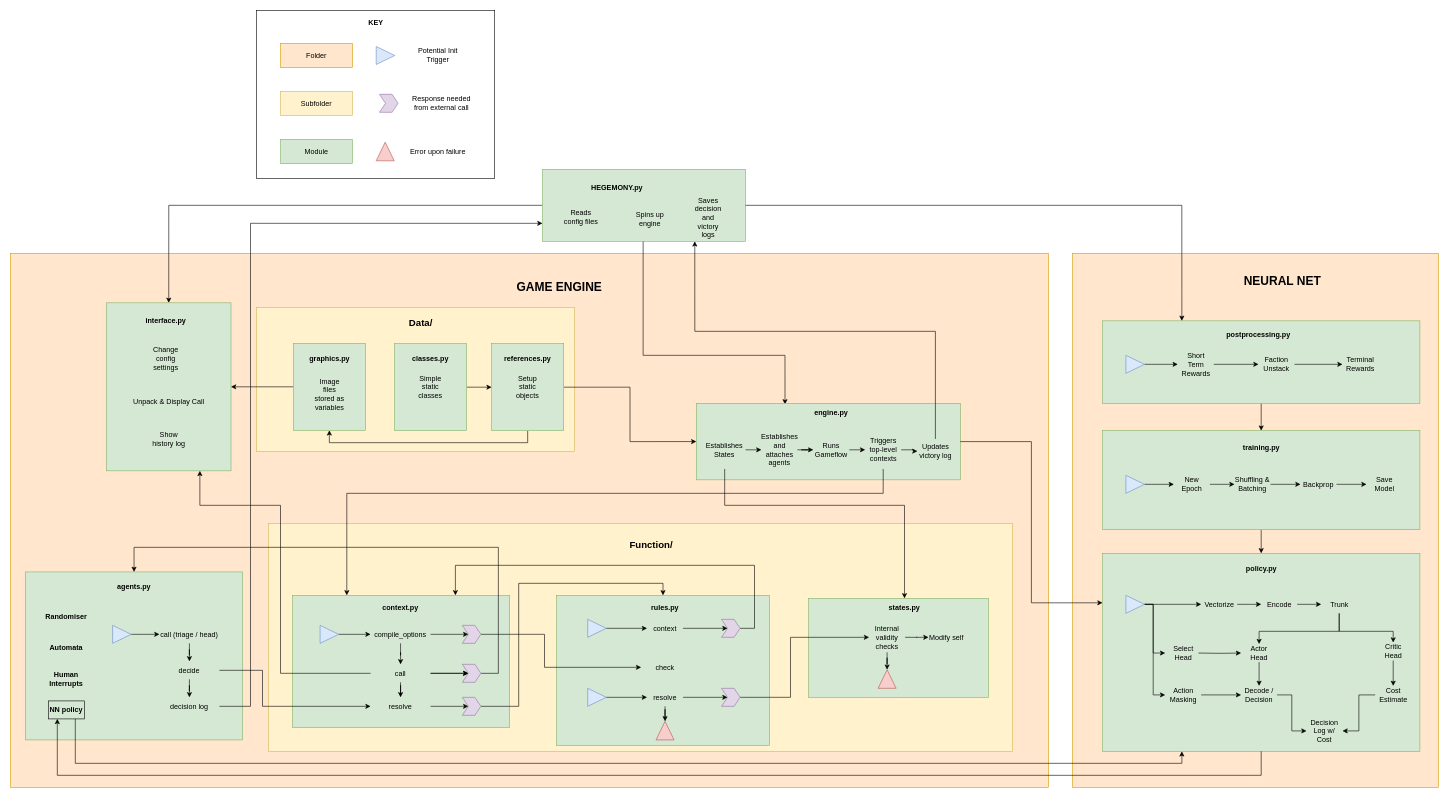
The draw.io diagram page "File Structure" (1 of 3) of images/Hegemony Architecture.drawio in Ash-ash-in/Hegemony, before the edit. Source tidied: cells renumbered, new cells numbered last; positions are measured from the earlier drawing's top-left corner, leaving out a move shared by most shapes. Both pictures are drawn from the tidied source at 60%, with x=0, y=0 at pixel (10, 10).
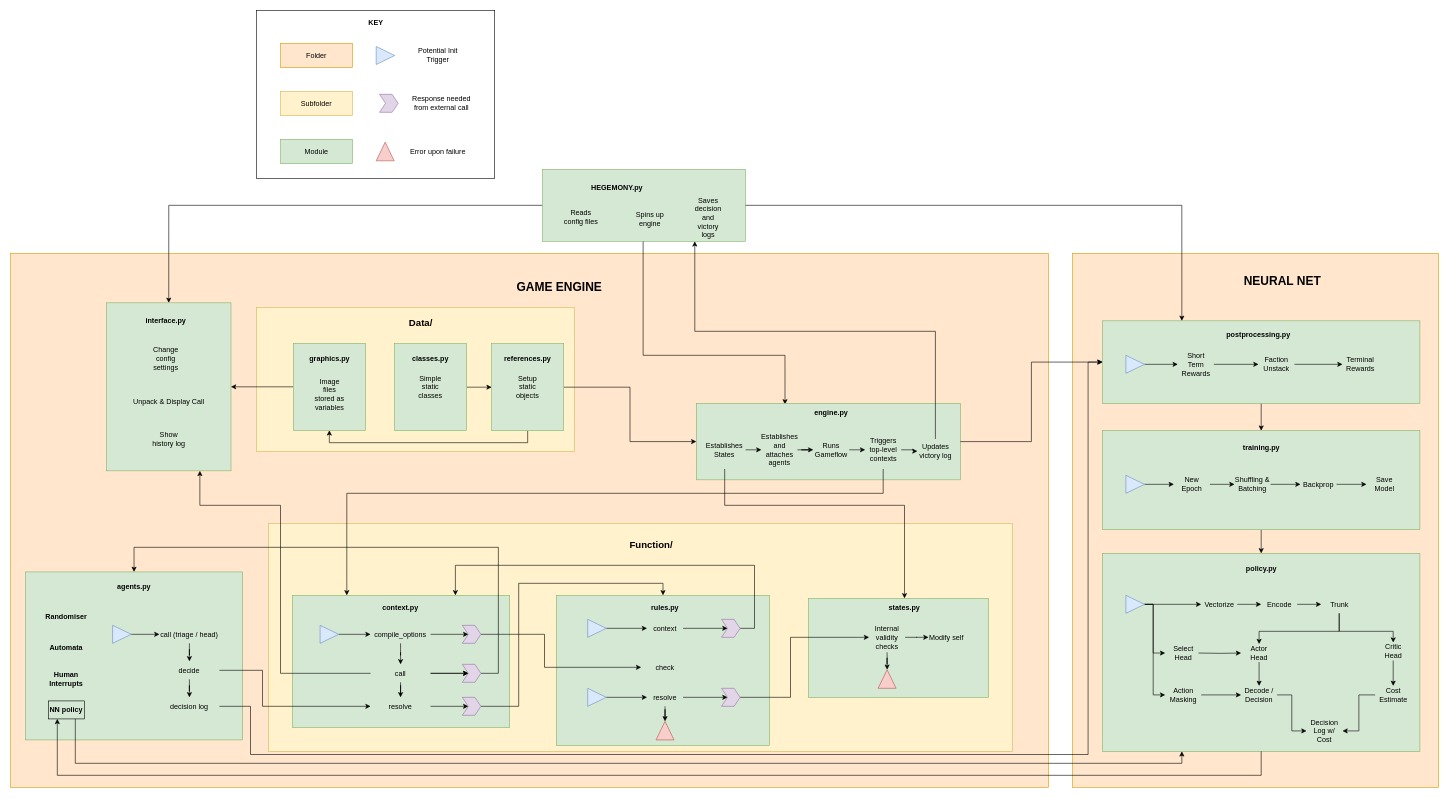
Above is the later version.

The change refers to these unchanged cells:
```xml
<mxCell id="7" style="rounded=0;whiteSpace=wrap;html=1;fillColor=#d5e8d4;strokeColor=#82b366;" parent="1" vertex="1">
  <mxGeometry x="886.6" y="264.7" width="338.5" height="120" as="geometry" />
</mxCell>
<mxCell id="8" style="rounded=0;whiteSpace=wrap;html=1;fillColor=#d5e8d4;strokeColor=#82b366;" parent="1" vertex="1">
  <mxGeometry x="1143" y="654.7" width="440" height="127.5" as="geometry" />
</mxCell>
<mxCell id="90" value="decision log" style="text;html=1;whiteSpace=wrap;strokeColor=none;fillColor=none;align=center;verticalAlign=middle;rounded=0;" parent="1" vertex="1">
  <mxGeometry x="248.2" y="1144.7" width="100" height="30" as="geometry" />
</mxCell>
<mxCell id="100" style="rounded=0;whiteSpace=wrap;html=1;fillColor=#d5e8d4;strokeColor=#82b366;" parent="1" vertex="1">
  <mxGeometry x="1820" y="517.2" width="529" height="137.5" as="geometry" />
</mxCell>
<mxCell id="143" style="rounded=0;whiteSpace=wrap;html=1;fillColor=#d5e8d4;strokeColor=#82b366;" parent="1" vertex="1">
  <mxGeometry x="1820" y="904.7" width="529" height="330" as="geometry" />
</mxCell>
```

What changed in the source:
```diff
@@
-    <mxCell id="103" style="edgeStyle=orthogonalEdgeStyle;rounded=0;jettySize=auto;html=1;entryX=0;entryY=0.75;entryDx=0;entryDy=0;exitX=1;exitY=0.5;exitDx=0;exitDy=0;" parent="1" edge="1" source="90" target="7">
+    <mxCell id="103" style="edgeStyle=orthogonalEdgeStyle;rounded=0;jettySize=auto;html=1;entryX=0;entryY=0.5;entryDx=0;entryDy=0;exitX=1;exitY=0.5;exitDx=0;exitDy=0;" parent="1" edge="1" source="90" target="100">
       <mxGeometry relative="1" as="geometry">
         <Array as="points">
-          <mxPoint x="400" y="1159.7" />
-          <mxPoint x="400" y="354.7" />
+          <mxPoint x="400" y="1160" />
+          <mxPoint x="400" y="1240" />
+          <mxPoint x="1796" y="1240" />
+          <mxPoint x="1796" y="586" />
         </Array>
       </mxGeometry>
     </mxCell>
@@
-    <mxCell id="169" style="edgeStyle=orthogonalEdgeStyle;rounded=0;jettySize=auto;html=1;entryX=0;entryY=0.25;entryDx=0;entryDy=0;" parent="1" edge="1" source="8" target="143">
-      <mxGeometry relative="1" as="geometry" />
-    </mxCell>
@@
+    <mxCell id="172" style="edgeStyle=orthogonalEdgeStyle;rounded=0;jettySize=auto;html=1;entryX=0;entryY=0.5;entryDx=0;entryDy=0;" parent="1" edge="1" source="8" target="100">
+      <mxGeometry relative="1" as="geometry" />
+    </mxCell>
```
